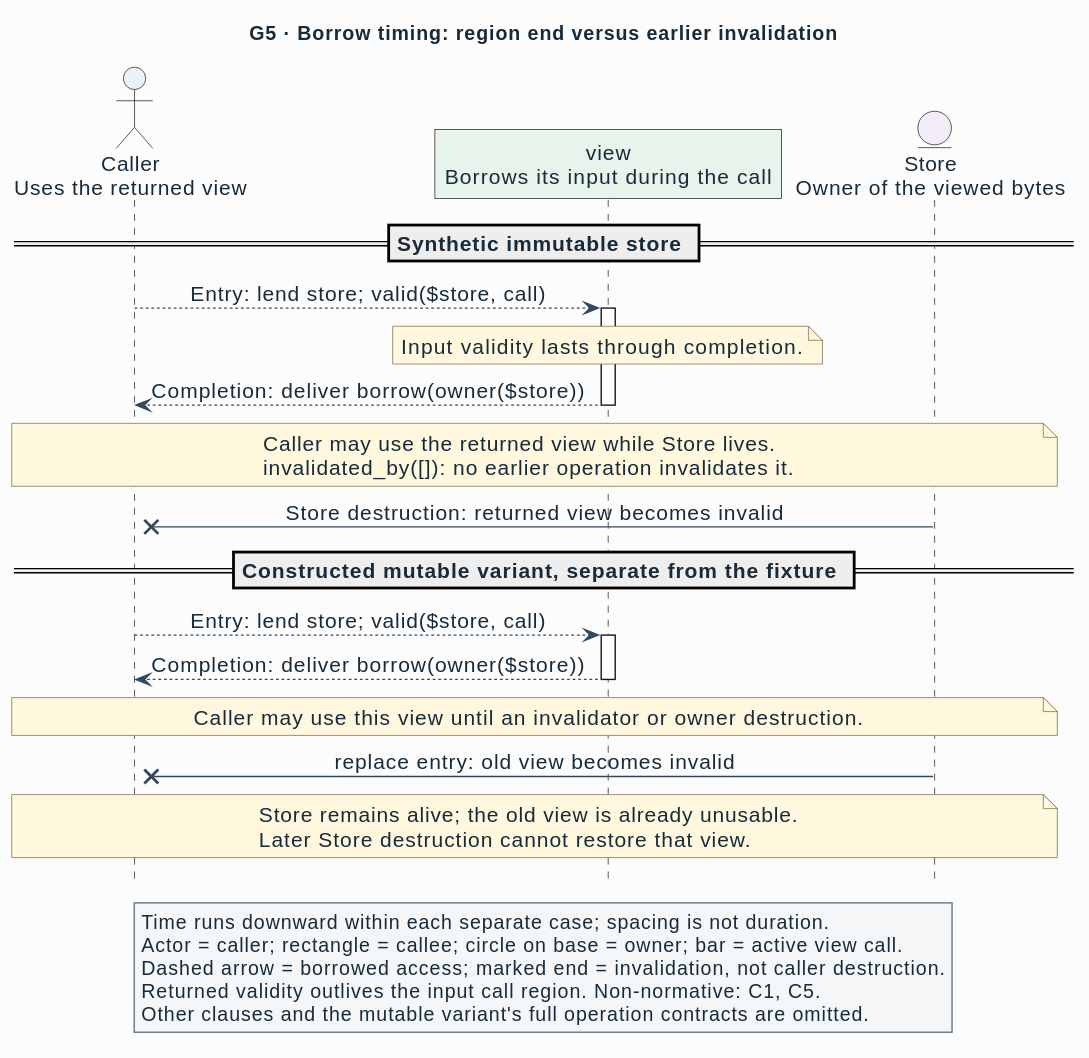
Before: semantic/specification/interface-language/figures/g5-borrow.svg, a diagram exported from PlantUML (Linkuistics/APIAnyware). Its source is kept beside it as semantic/specification/interface-language/figures/g5-borrow.puml.
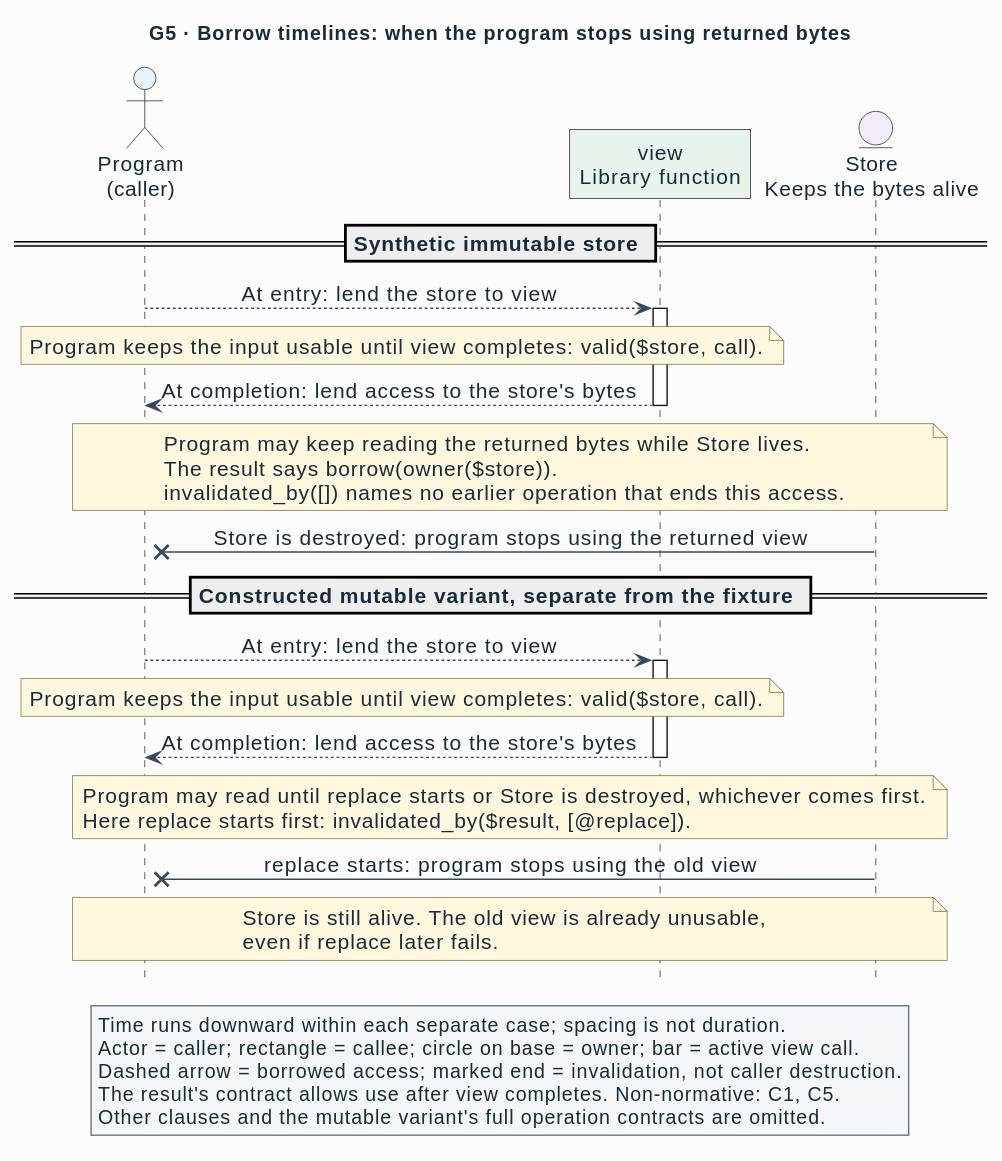
Above is the later version.

Diff of the diagram source:
```diff
@@ -1,37 +1,42 @@
 @startuml
 !include style/ail.puml
-title G5 · Borrow timing: region end versus earlier invalidation
+title G5 · Borrow timelines: when the program stops using returned bytes
 hide footbox
-$caller(caller, "Caller\nUses the returned view")
-$callee(view, "view\nBorrows its input during the call")
-$owner(store, "Store\nOwner of the viewed bytes")
+$caller(caller, "Program\n(caller)")
+$callee(view, "view\nLibrary function")
+$owner(store, "Store\nKeeps the bytes alive")
 == Synthetic immutable store ==
-caller --> view : Entry: lend store; valid($store, call)
+caller --> view : At entry: lend the store to view
 activate view
-note over view : Input validity lasts through completion.
-view --> caller : Completion: deliver borrow(owner($store))
+note over caller, view : Program keeps the input usable until view completes: valid($store, call).
+view --> caller : At completion: lend access to the store's bytes
 deactivate view
 note over caller, store
-  Caller may use the returned view while Store lives.
-  invalidated_by([]): no earlier operation invalidates it.
+  Program may keep reading the returned bytes while Store lives.
+  The result says borrow(owner($store)).
+  invalidated_by([]) names no earlier operation that ends this access.
 end note
-store ->x caller : Store destruction: returned view becomes invalid
+store ->x caller : Store is destroyed: program stops using the returned view
 == Constructed mutable variant, separate from the fixture ==
-caller --> view : Entry: lend store; valid($store, call)
+caller --> view : At entry: lend the store to view
 activate view
-view --> caller : Completion: deliver borrow(owner($store))
+note over caller, view : Program keeps the input usable until view completes: valid($store, call).
+view --> caller : At completion: lend access to the store's bytes
 deactivate view
-note over caller, store : Caller may use this view until an invalidator or owner destruction.
-store ->x caller : replace entry: old view becomes invalid
 note over caller, store
-  Store remains alive; the old view is already unusable.
-  Later Store destruction cannot restore that view.
+  Program may read until replace starts or Store is destroyed, whichever comes first.
+  Here replace starts first: invalidated_by($result, [@replace]).
+end note
+store ->x caller : replace starts: program stops using the old view
+note over caller, store
+  Store is still alive. The old view is already unusable,
+  even if replace later fails.
 end note
 legend bottom
   Time runs downward within each separate case; spacing is not duration.
   Actor = caller; rectangle = callee; circle on base = owner; bar = active view call.
   Dashed arrow = borrowed access; marked end = invalidation, not caller destruction.
-  Returned validity outlives the input call region. Non-normative: C1, C5.
+  The result's contract allows use after view completes. Non-normative: C1, C5.
   Other clauses and the mutable variant's full operation contracts are omitted.
 endlegend
 @enduml
```
